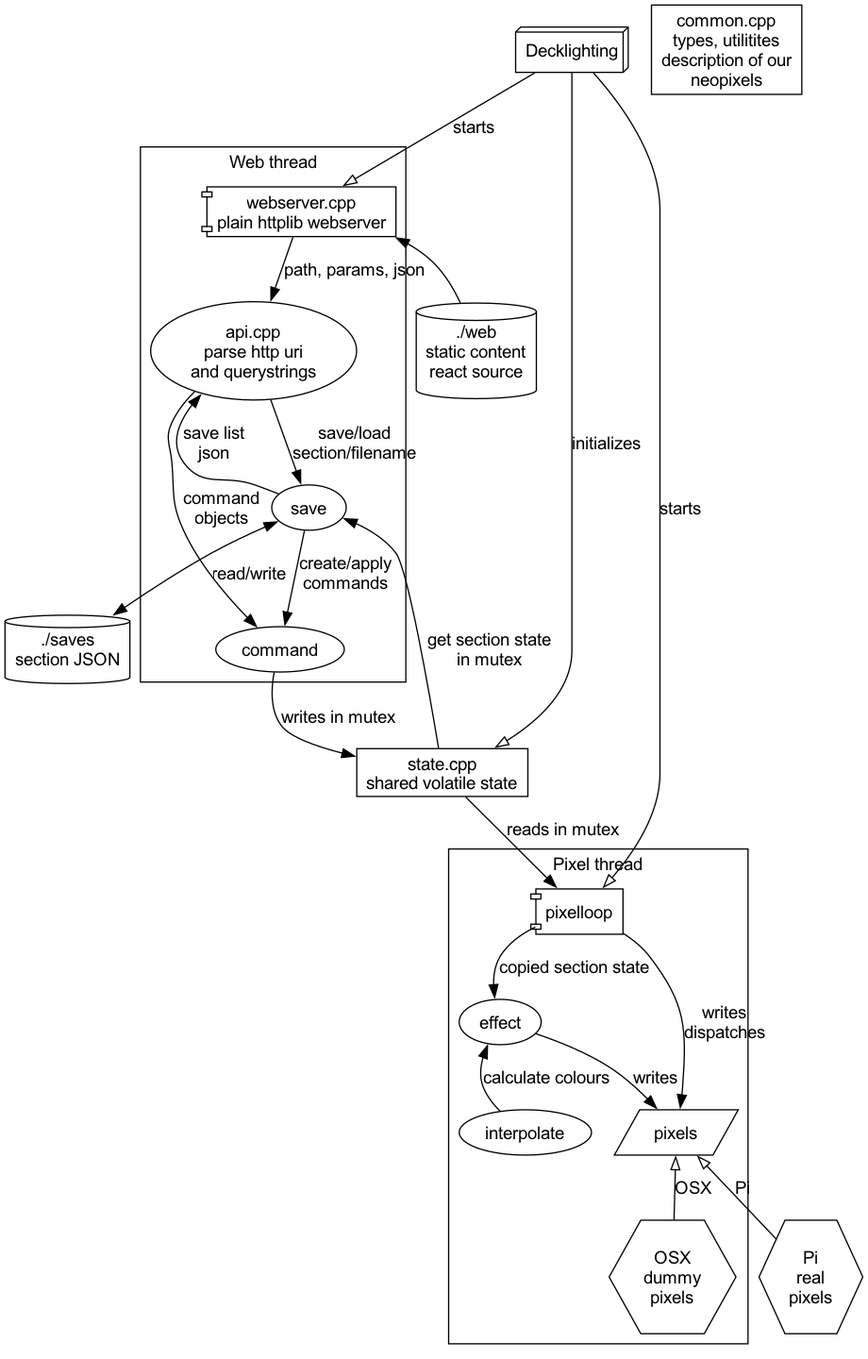
Before: doc/doc.png, a diagram exported from Graphviz (PaulMurrayCbr/Decklighting2). Its source is kept beside it as doc/doc.dot.
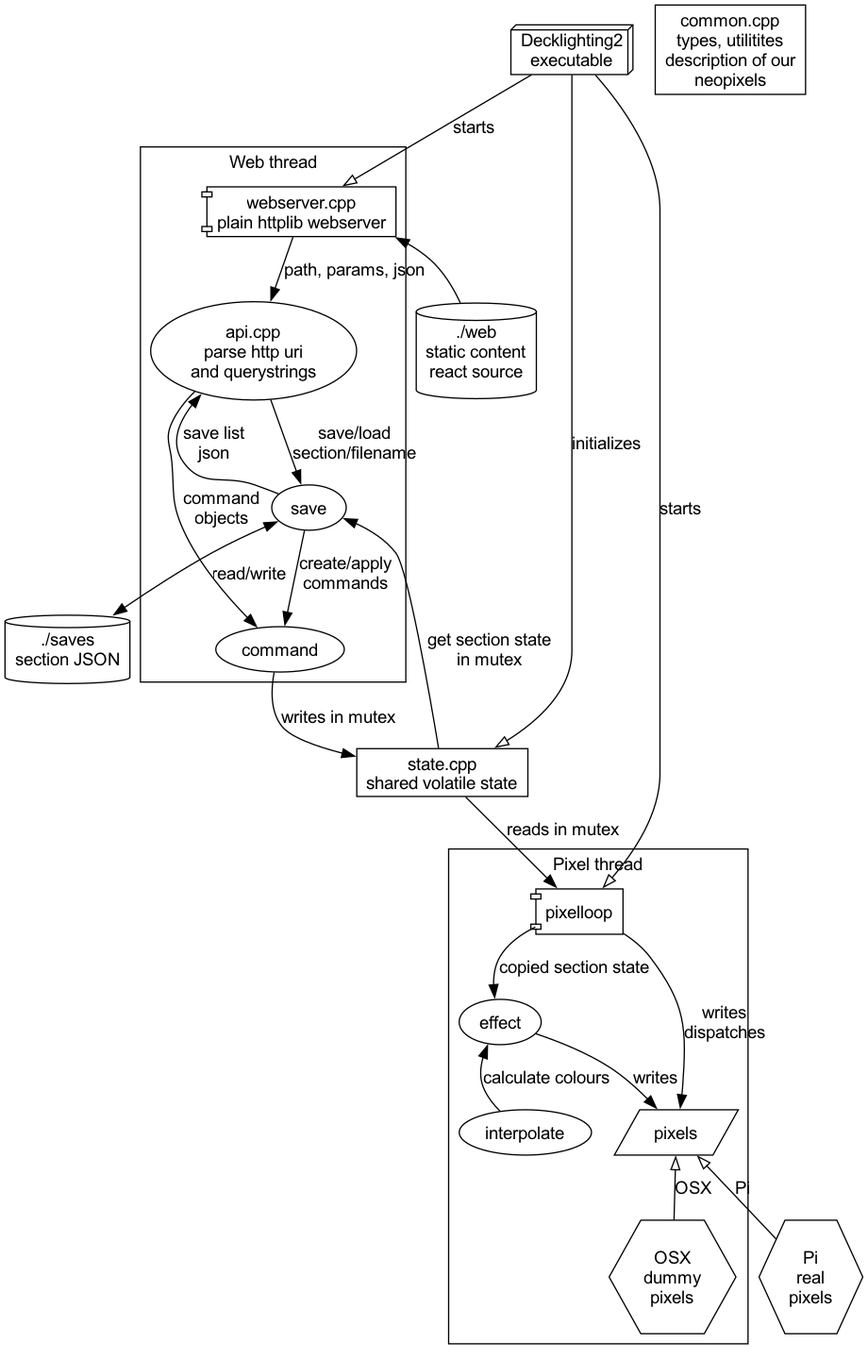
The same file after the commit.

The edit, as a diff of the source:
```diff
@@ -3,7 +3,7 @@
     node  [fontname="Arial"];
     edge  [fontname="Arial"];
 
-Decklighting [name="Decklighting2\nexecutable" shape="box3d"];
+Decklighting [label="Decklighting2\nexecutable" shape="box3d"];
 
 common[shape="rectangle", label="common.cpp\ntypes, utilitites\ndescription of our\nneopixels"];
 state [shape="rectangle", label="state.cpp️\nshared volatile state", fontname="Apple Color Emoji"];
```
